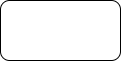
This is ex000.drawio.png from musicboy17/16_003, a draw.io export, as it was before one commit. Source tidied: cells renumbered, new cells last; positions are measured from the earlier drawing's top-left corner, leaving out a move shared by most shapes.
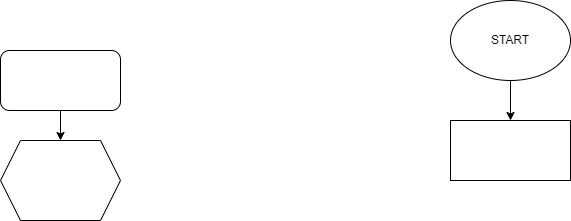
The same file after the commit.

Change to the diagram source:
```diff
@@ -2,8 +2,23 @@
   <root>
     <mxCell id="0" />
     <mxCell id="1" parent="0" />
+    <mxCell id="3" style="edgeStyle=none;html=1;" parent="1" edge="1" source="2" target="4">
+      <mxGeometry relative="1" as="geometry" />
+    </mxCell>
     <mxCell id="2" style="rounded=1;whiteSpace=wrap;html=1;" parent="1" vertex="1">
       <mxGeometry width="120" height="60" as="geometry" />
     </mxCell>
+    <mxCell id="4" style="shape=hexagon;perimeter=hexagonPerimeter2;whiteSpace=wrap;html=1;fixedSize=1;" parent="1" vertex="1">
+      <mxGeometry y="90" width="120" height="80" as="geometry" />
+    </mxCell>
+    <mxCell id="5" style="edgeStyle=none;html=1;" parent="1" edge="1" source="6" target="7">
+      <mxGeometry relative="1" as="geometry" />
+    </mxCell>
+    <mxCell id="6" value="START" style="ellipse;whiteSpace=wrap;html=1;" parent="1" vertex="1">
+      <mxGeometry x="450" y="-50" width="120" height="80" as="geometry" />
+    </mxCell>
+    <mxCell id="7" style="rounded=0;whiteSpace=wrap;html=1;" parent="1" vertex="1">
+      <mxGeometry x="450" y="70" width="120" height="60" as="geometry" />
+    </mxCell>
   </root>
 </mxGraphModel>
```
